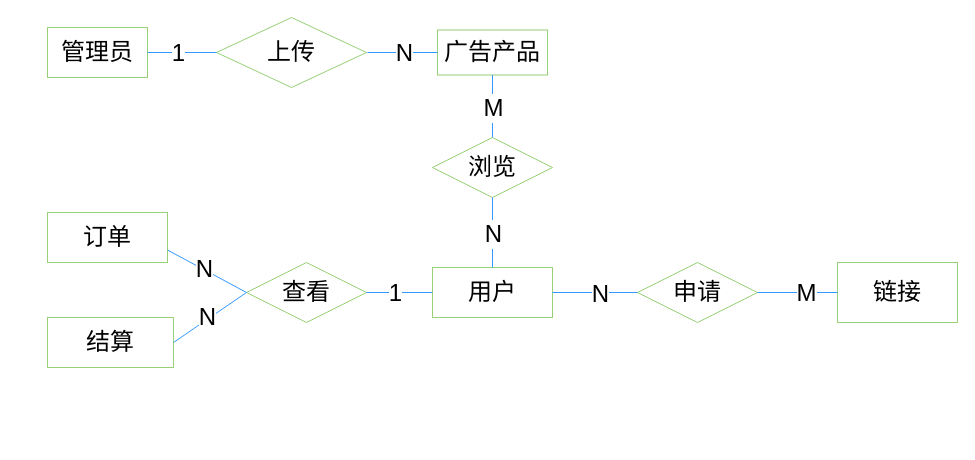
Before: 实体关系图.drawio in chengyi3192/draw, a draw.io diagram. Source tidied: cells renumbered, new cells numbered last; positions are measured from the earlier drawing's top-left corner, leaving out a move shared by most shapes. Both pictures are drawn from the tidied source at 100%, with x=0, y=0 at pixel (47, 17).
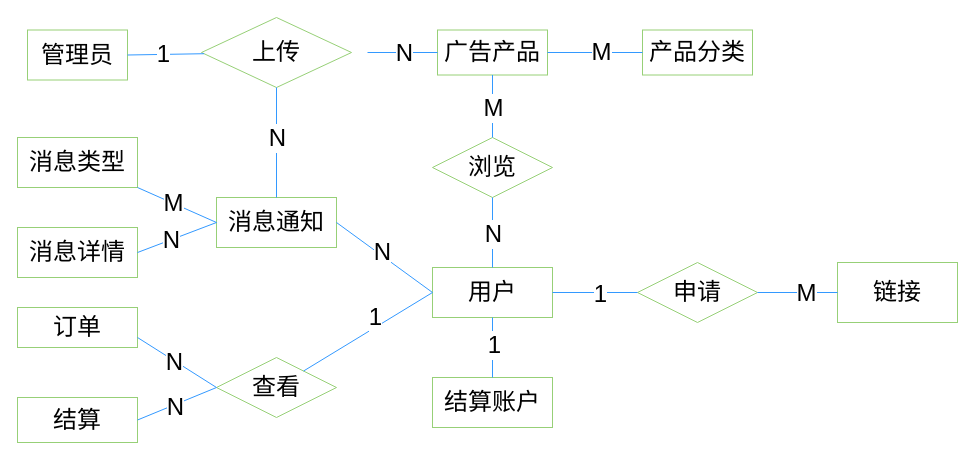
The same page after the edit.

Commit message:
更新实体关系图.drawio

Unchanged cells that the change refers to:
```xml
<mxCell id="3" value="用户" style="rounded=0;whiteSpace=wrap;html=1;fontSize=24;strokeColor=#97D077;" parent="1" vertex="1">
  <mxGeometry x="385" y="250" width="120" height="50" as="geometry" />
</mxCell>
<mxCell id="4" value="&lt;font style=&quot;font-size: 24px;&quot;&gt;广告产品&lt;/font&gt;" style="whiteSpace=wrap;html=1;strokeColor=#97D077;rounded=0;" parent="1" vertex="1">
  <mxGeometry x="390" y="12.5" width="110" height="45" as="geometry" />
</mxCell>
<mxCell id="26" style="endArrow=none;html=1;rounded=0;fontSize=24;strokeColor=#3399FF;exitX=1;exitY=0.5;exitDx=0;exitDy=0;" parent="1" edge="1" source="3" target="25">
  <mxGeometry relative="1" as="geometry" />
</mxCell>
```

What changed in the source:
```diff
@@
     <mxCell id="2" value="&lt;font style=&quot;font-size: 24px;&quot;&gt;管理员&lt;/font&gt;" style="rounded=0;whiteSpace=wrap;html=1;strokeColor=#97D077;" parent="1" vertex="1">
-      <mxGeometry y="10" width="100" height="50" as="geometry" />
+      <mxGeometry x="-20" y="12.5" width="100" height="50" as="geometry" />
     </mxCell>
@@
     <mxCell id="5" value="上传" style="rhombus;whiteSpace=wrap;html=1;fontSize=24;strokeColor=#97D077;" parent="1" vertex="1">
-      <mxGeometry x="169" width="150" height="70" as="geometry" />
+      <mxGeometry x="154" width="150" height="70" as="geometry" />
     </mxCell>
@@
     <mxCell id="15" value="订单" style="rounded=0;whiteSpace=wrap;html=1;fontSize=24;strokeColor=#97D077;" parent="1" vertex="1">
-      <mxGeometry y="195" width="120" height="50" as="geometry" />
+      <mxGeometry x="-30" y="290" width="120" height="40" as="geometry" />
     </mxCell>
     <mxCell id="16" value="结算" style="rounded=0;whiteSpace=wrap;html=1;fontSize=24;strokeColor=#97D077;" parent="1" vertex="1">
-      <mxGeometry y="300" width="126" height="50" as="geometry" />
+      <mxGeometry x="-30" y="380" width="120" height="45" as="geometry" />
     </mxCell>
     <mxCell id="17" value="查看" style="rhombus;whiteSpace=wrap;html=1;fontSize=24;strokeColor=#97D077;" parent="1" vertex="1">
-      <mxGeometry x="199" y="245" width="120" height="60" as="geometry" />
+      <mxGeometry x="169" y="340" width="120" height="60" as="geometry" />
     </mxCell>
@@
-    <mxCell id="27" value="N" style="edgeLabel;html=1;align=center;verticalAlign=middle;fontSize=24;" parent="26" vertex="1">
+    <mxCell id="27" value="1" style="edgeLabel;html=1;align=center;verticalAlign=middle;fontSize=24;" parent="26" vertex="1">
       <mxGeometry x="0.11" y="-1" relative="1" as="geometry" />
     </mxCell>
@@
+    <mxCell id="30" value="结算账户" style="rounded=0;whiteSpace=wrap;html=1;fontSize=24;strokeColor=#97D077;" parent="1" vertex="1">
+      <mxGeometry x="385" y="360" width="120" height="50" as="geometry" />
+    </mxCell>
+    <mxCell id="31" style="endArrow=none;html=1;rounded=0;fontSize=24;strokeColor=#3399FF;exitX=0.5;exitY=1;exitDx=0;exitDy=0;" parent="1" edge="1" source="3" target="30">
+      <mxGeometry relative="1" as="geometry" />
+    </mxCell>
+    <mxCell id="32" value="1" style="edgeLabel;html=1;align=center;verticalAlign=middle;fontSize=24;" parent="31" vertex="1">
+      <mxGeometry x="-0.1" y="1" relative="1" as="geometry" />
+    </mxCell>
+    <mxCell id="33" value="消息类型" style="rounded=0;whiteSpace=wrap;html=1;fontSize=24;strokeColor=#97D077;" parent="1" vertex="1">
+      <mxGeometry x="-30" y="120" width="120" height="50" as="geometry" />
+    </mxCell>
+    <mxCell id="34" value="消息通知" style="rounded=0;whiteSpace=wrap;html=1;fontSize=24;strokeColor=#97D077;" parent="1" vertex="1">
+      <mxGeometry x="169" y="180" width="120" height="50" as="geometry" />
+    </mxCell>
+    <mxCell id="35" value="消息详情" style="rounded=0;whiteSpace=wrap;html=1;fontSize=24;strokeColor=#97D077;" parent="1" vertex="1">
+      <mxGeometry x="-30" y="210" width="120" height="50" as="geometry" />
+    </mxCell>
+    <mxCell id="36" style="edgeStyle=orthogonalEdgeStyle;rounded=0;orthogonalLoop=1;jettySize=auto;html=1;exitX=0.5;exitY=1;exitDx=0;exitDy=0;fontSize=24;strokeColor=#3399FF;" parent="1" edge="1" source="35" target="35">
+      <mxGeometry relative="1" as="geometry" />
+    </mxCell>
+    <mxCell id="37" style="endArrow=none;html=1;rounded=0;fontSize=24;strokeColor=#3399FF;entryX=1;entryY=1;entryDx=0;entryDy=0;exitX=0;exitY=0.5;exitDx=0;exitDy=0;" parent="1" edge="1" source="34" target="33">
+      <mxGeometry relative="1" as="geometry" />
+    </mxCell>
+    <mxCell id="38" value="M" style="edgeLabel;html=1;align=center;verticalAlign=middle;fontSize=24;" parent="37" vertex="1">
+      <mxGeometry x="0.11" relative="1" as="geometry" />
+    </mxCell>
+    <mxCell id="39" style="endArrow=none;html=1;rounded=0;fontSize=24;strokeColor=#3399FF;exitX=1;exitY=0.5;exitDx=0;exitDy=0;entryX=0;entryY=0.5;entryDx=0;entryDy=0;" parent="1" edge="1" source="35" target="34">
+      <mxGeometry relative="1" as="geometry" />
+    </mxCell>
+    <mxCell id="40" value="N" style="edgeLabel;html=1;align=center;verticalAlign=middle;fontSize=24;" parent="39" vertex="1">
+      <mxGeometry x="-0.14" relative="1" as="geometry" />
+    </mxCell>
+    <mxCell id="41" value="&lt;span style=&quot;font-size: 24px;&quot;&gt;产品分类&lt;/span&gt;" style="whiteSpace=wrap;html=1;strokeColor=#97D077;rounded=0;" parent="1" vertex="1">
+      <mxGeometry x="595" y="12.5" width="110" height="45" as="geometry" />
+    </mxCell>
+    <mxCell id="42" style="endArrow=none;html=1;rounded=0;fontSize=24;strokeColor=#3399FF;exitX=1;exitY=0.5;exitDx=0;exitDy=0;" parent="1" edge="1" source="4" target="41">
+      <mxGeometry relative="1" as="geometry" />
+    </mxCell>
+    <mxCell id="43" value="M" style="edgeLabel;html=1;align=center;verticalAlign=middle;fontSize=24;" parent="42" vertex="1">
+      <mxGeometry x="0.12" y="1" relative="1" as="geometry" />
+    </mxCell>
+    <mxCell id="44" style="endArrow=none;html=1;rounded=0;fontSize=24;strokeColor=#3399FF;exitX=1;exitY=0.5;exitDx=0;exitDy=0;entryX=0;entryY=0.5;entryDx=0;entryDy=0;" parent="1" edge="1" source="34" target="3">
+      <mxGeometry relative="1" as="geometry" />
+    </mxCell>
+    <mxCell id="45" value="N" style="edgeLabel;html=1;align=center;verticalAlign=middle;fontSize=24;" parent="44" vertex="1">
+      <mxGeometry x="-0.09" y="3" relative="1" as="geometry" />
+    </mxCell>
+    <mxCell id="46" style="endArrow=none;html=1;rounded=0;fontSize=24;strokeColor=#3399FF;entryX=0.5;entryY=1;entryDx=0;entryDy=0;" parent="1" edge="1" source="34" target="5">
+      <mxGeometry relative="1" as="geometry" />
+    </mxCell>
+    <mxCell id="47" value="N" style="edgeLabel;html=1;align=center;verticalAlign=middle;fontSize=24;" parent="46" vertex="1">
+      <mxGeometry x="0.05" y="-3" relative="1" as="geometry">
+        <mxPoint x="-3" y="-2" as="offset" />
+      </mxGeometry>
+    </mxCell>
```
